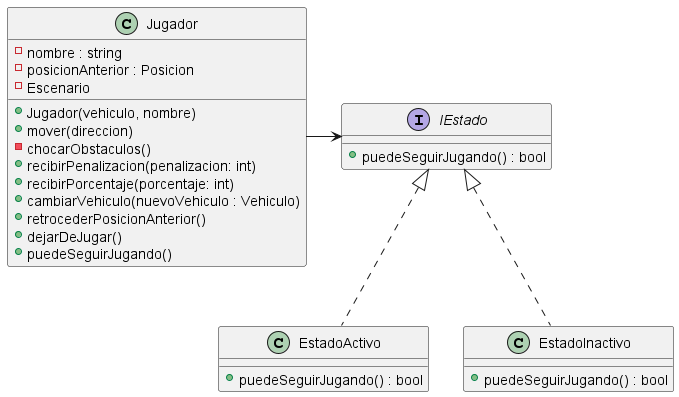
NestorPala/T17-GPSChallenge keeps this PlantUML diagram as diagrams/classes/Jugador/diagrama_Jugador_02_estado.png. Above is the earlier version. Source of this version:
```plantuml
@startuml

class Jugador {
    - nombre : string
    - posicionAnterior : Posicion
    - Escenario
    + Jugador(vehiculo, nombre)
    + mover(direccion)
    - chocarObstaculos()
    + recibirPenalizacion(penalizacion: int)
    + recibirPorcentaje(porcentaje: int)
    + cambiarVehiculo(nuevoVehiculo : Vehiculo)
    + retrocederPosicionAnterior()
    + dejarDeJugar()
    + puedeSeguirJugando()
}

interface IEstado {
    + puedeSeguirJugando() : bool
}

class EstadoActivo {
    + puedeSeguirJugando() : bool
}

class EstadoInactivo {
    + puedeSeguirJugando() : bool
}

Jugador -> IEstado
IEstado <|.. EstadoActivo
IEstado <|.. EstadoInactivo

@enduml
```
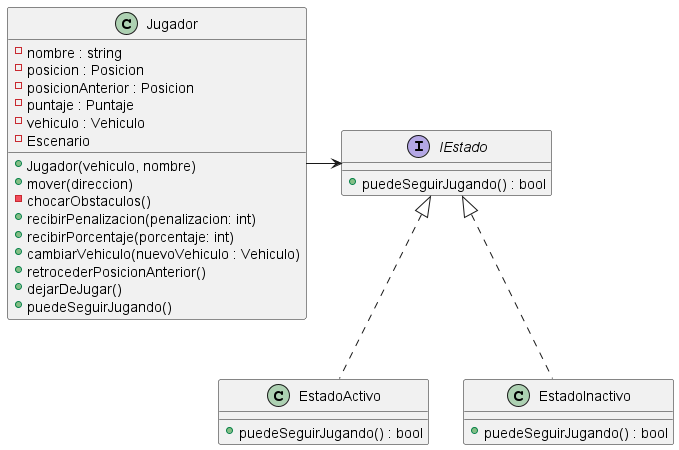
The same file after the commit.

The edit, as a diff of the source:
```diff
@@ -2,7 +2,10 @@
 
 class Jugador {
     - nombre : string
+    - posicion : Posicion
     - posicionAnterior : Posicion
+    - puntaje : Puntaje
+    - vehiculo : Vehiculo
     - Escenario
     + Jugador(vehiculo, nombre)
     + mover(direccion)
```
